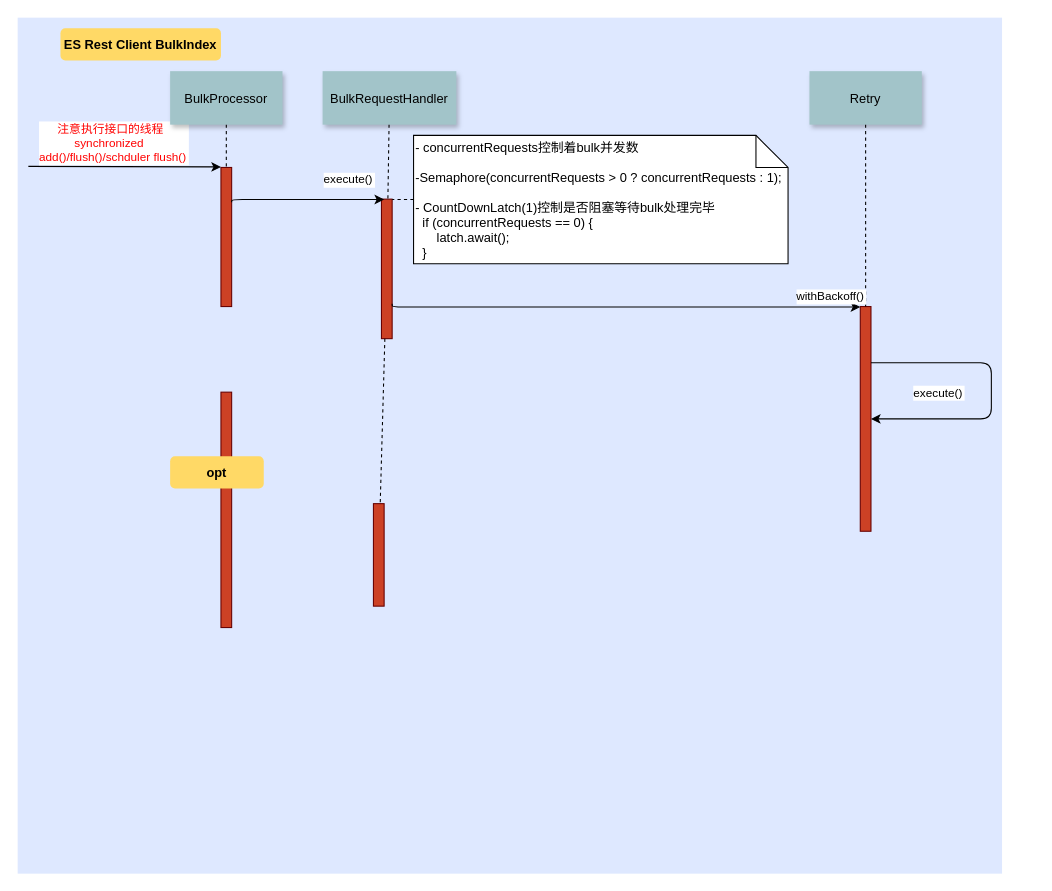
Earlier version of the draw.io diagram flink-es-6.drawio (weizheng1990s/Diagram). Source tidied: cells renumbered, new cells numbered last; positions are measured from the earlier drawing's top-left corner, leaving out a move shared by most shapes. Both pictures are drawn from the tidied source at 107%, with x=0, y=0 at pixel (17, 17).
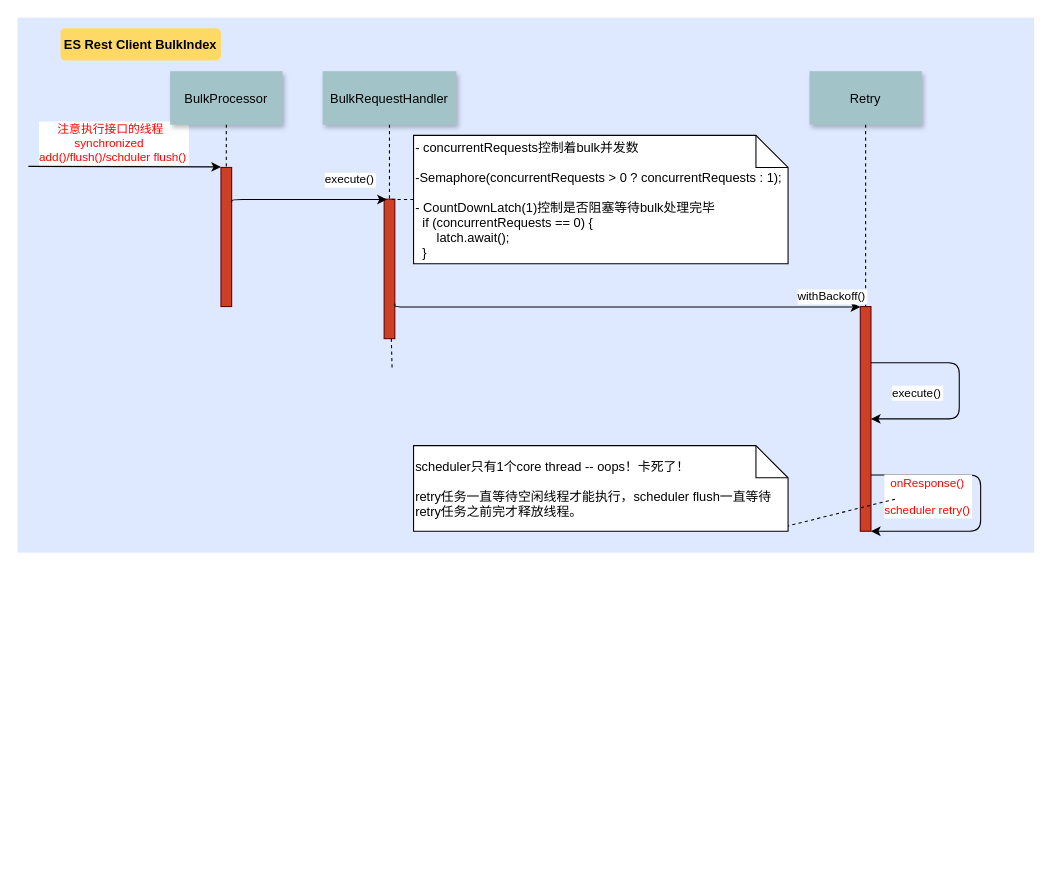
The same page after the edit.

The change refers to these unchanged cells:
```xml
<mxCell id="9" style="fillColor=#CC4125;strokeColor=#660000;" parent="1" vertex="1">
  <mxGeometry x="787.5" y="270" width="10" height="210" as="geometry" />
</mxCell>
```

What changed in the source:
```diff
@@
     <mxCell id="2" style="fillColor=#DEE8FF;strokeColor=none;" parent="1" vertex="1">
-      <mxGeometry width="920" height="800" as="geometry" />
+      <mxGeometry width="950" height="500" as="geometry" />
     </mxCell>
@@
     <mxCell id="6" style="fillColor=#CC4125;strokeColor=#660000;" parent="1" vertex="1">
-      <mxGeometry x="340" y="169.6" width="10" height="130.4" as="geometry" />
+      <mxGeometry x="342.5" y="169.6" width="10" height="130.4" as="geometry" />
     </mxCell>
@@
-    <mxCell id="15" style="fillColor=#CC4125;strokeColor=#660000;" parent="1" vertex="1">
-      <mxGeometry x="190" y="350" width="10" height="220" as="geometry" />
-    </mxCell>
-    <mxCell id="16" style="fillColor=#CC4125;strokeColor=#660000;" parent="1" vertex="1">
-      <mxGeometry x="332.5" y="454.2" width="10" height="95.8" as="geometry" />
-    </mxCell>
-    <mxCell id="17" style="edgeStyle=none;endArrow=none;dashed=1;" parent="1" edge="1" source="6" target="16">
-      <mxGeometry x="376.6" y="339.7" as="geometry" />
+    <mxCell id="17" style="edgeStyle=none;endArrow=none;dashed=1;" parent="1" edge="1" source="6">
+      <mxGeometry x="376.6" y="339.7" as="geometry">
+        <mxPoint x="350" y="330" as="targetPoint" />
+      </mxGeometry>
     </mxCell>
@@
-    <mxCell id="19" value="opt" style="rounded=1;fontStyle=1;fillColor=#FFD966;strokeColor=none;" parent="1" vertex="1">
-      <mxGeometry x="142.5" y="410" width="87.5" height="30" as="geometry" />
-    </mxCell>
@@
     <mxCell id="22" value="execute()" style="edgeStyle=elbowEdgeStyle;elbow=vertical;verticalLabelPosition=top;verticalAlign=bottom;exitX=1;exitY=0.25;exitDx=0;exitDy=0;entryX=1;entryY=0.5;entryDx=0;entryDy=0;" parent="1" edge="1" source="9" target="9">
       <mxGeometry as="geometry">
         <Array as="points">
-          <mxPoint x="910" y="340" />
+          <mxPoint x="880" y="350" />
           <mxPoint x="910.2" y="300.6" />
         </Array>
-        <mxPoint x="63" y="11" as="offset" />
+        <mxPoint x="43" y="11" as="offset" />
       </mxGeometry>
     </mxCell>
+    <mxCell id="23" value="onResponse()&#10;&#10;scheduler retry()" style="edgeStyle=elbowEdgeStyle;elbow=vertical;verticalLabelPosition=top;verticalAlign=bottom;exitX=1;exitY=0.75;exitDx=0;exitDy=0;entryX=1;entryY=1;entryDx=0;entryDy=0;fontColor=#FF0000;" parent="1" edge="1" source="9" target="9">
+      <mxGeometry as="geometry">
+        <Array as="points">
+          <mxPoint x="900" y="460" />
+          <mxPoint x="920.2" y="310.6" />
+        </Array>
+        <mxPoint x="53" y="16" as="offset" />
+      </mxGeometry>
+    </mxCell>
+    <mxCell id="24" value="scheduler只有1个core thread -- oops！卡死了！&#10;&#10;retry任务一直等待空闲线程才能执行，scheduler flush一直等待&#10;retry任务之前完才释放线程。" style="shape=note;align=left;" parent="1" vertex="1">
+      <mxGeometry x="370" y="400" width="350" height="80" as="geometry" />
+    </mxCell>
+    <mxCell id="25" style="edgeStyle=none;endArrow=none;dashed=1;entryX=0;entryY=0;entryDx=350;entryDy=75;entryPerimeter=0;" parent="1" edge="1" target="24">
+      <mxGeometry x="1040" y="190" as="geometry">
+        <mxPoint x="820" y="450" as="sourcePoint" />
+      </mxGeometry>
+    </mxCell>
```
